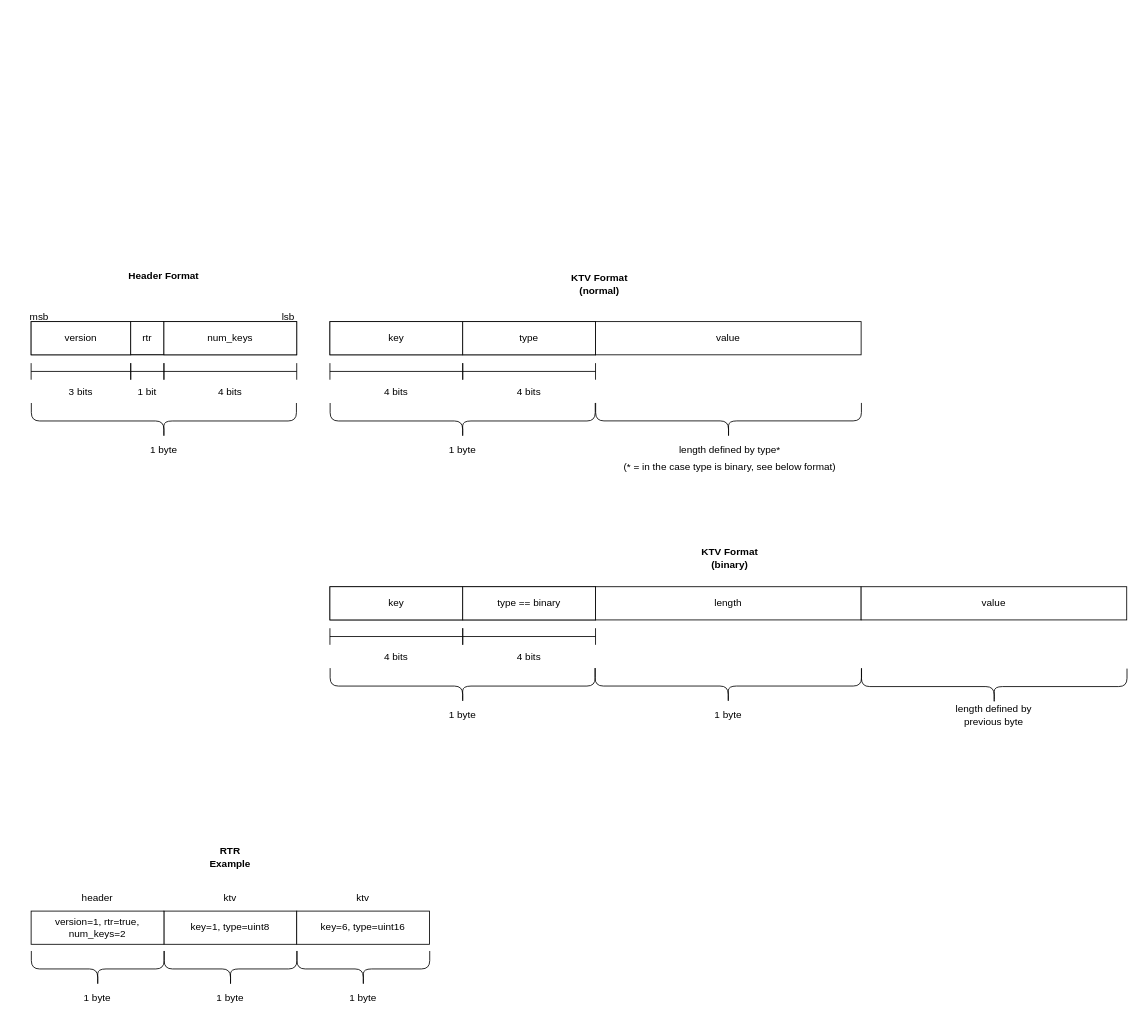
Above: docs/format.drawio in fcap-protocol/docs (draw.io), before the change. Source tidied: cells renumbered, new cells numbered last; positions are measured from the earlier drawing's top-left corner, leaving out a move shared by most shapes. Both pictures are drawn from the tidied source at 83%, with x=0, y=0 at pixel (14, 263).
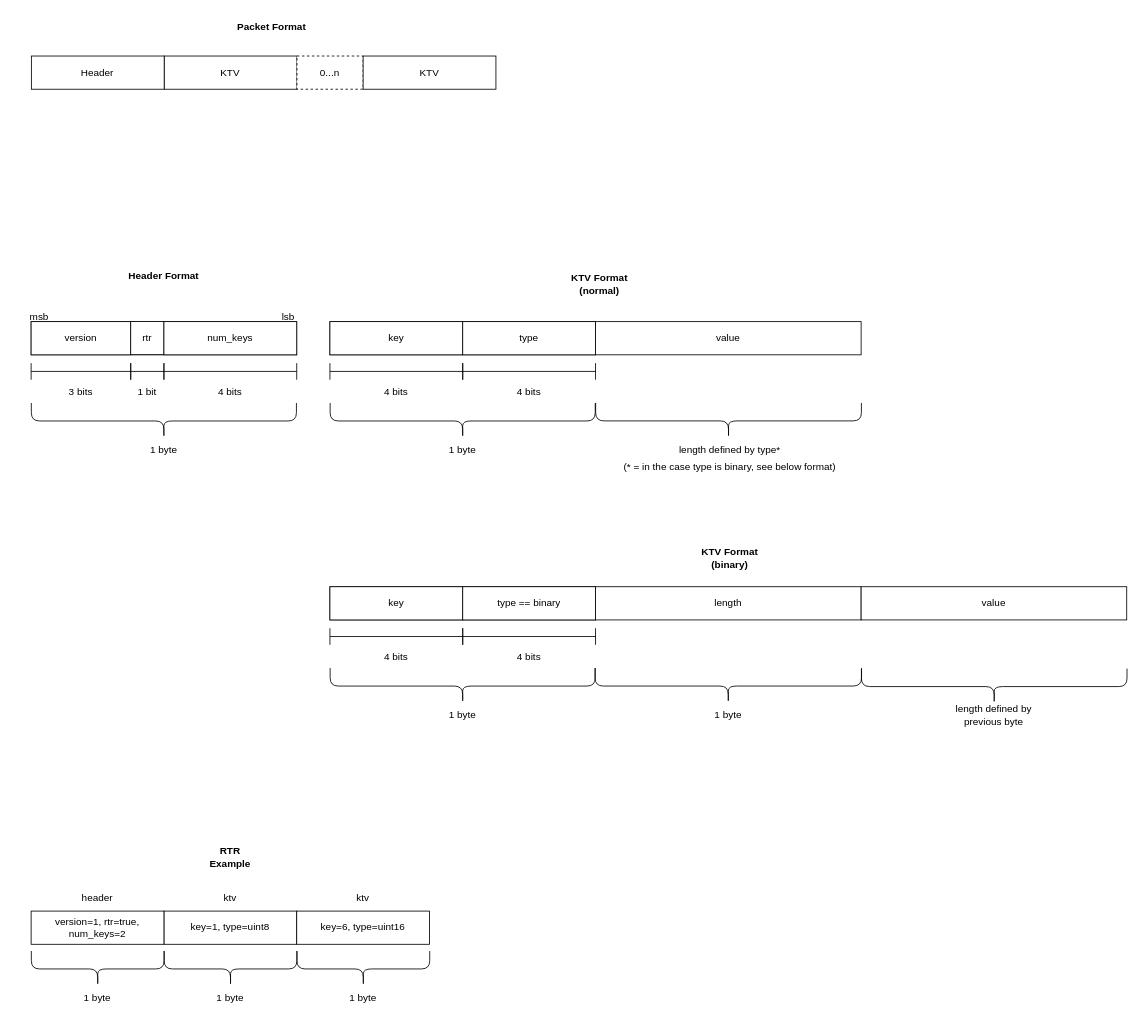
The same page after the edit.

Commit message (it also covers changes not shown here):
update format again, add pic

What changed in the source:
```diff
@@
+    <mxCell id="60" value="KTV" style="rounded=0;whiteSpace=wrap;html=1;strokeWidth=1;" parent="1" vertex="1">
+      <mxGeometry x="180.3" y="-250" width="160" height="40" as="geometry" />
+    </mxCell>
+    <mxCell id="61" value="0...n" style="rounded=0;whiteSpace=wrap;html=1;strokeWidth=1;strokeColor=default;dashed=1;" parent="1" vertex="1">
+      <mxGeometry x="340.3" y="-250" width="79.7" height="40" as="geometry" />
+    </mxCell>
+    <mxCell id="62" value="Header" style="rounded=0;whiteSpace=wrap;html=1;strokeWidth=1;" parent="1" vertex="1">
+      <mxGeometry x="20.3" y="-250" width="160" height="40" as="geometry" />
+    </mxCell>
+    <mxCell id="63" value="KTV" style="rounded=0;whiteSpace=wrap;html=1;strokeWidth=1;" parent="1" vertex="1">
+      <mxGeometry x="420" y="-250" width="160" height="40" as="geometry" />
+    </mxCell>
+    <mxCell id="64" value="Packet Format" style="text;html=1;strokeColor=none;fillColor=none;align=center;verticalAlign=middle;whiteSpace=wrap;rounded=0;fontStyle=1;" parent="1" vertex="1">
+      <mxGeometry x="260" y="-300" width="100" height="30" as="geometry" />
+    </mxCell>
```
